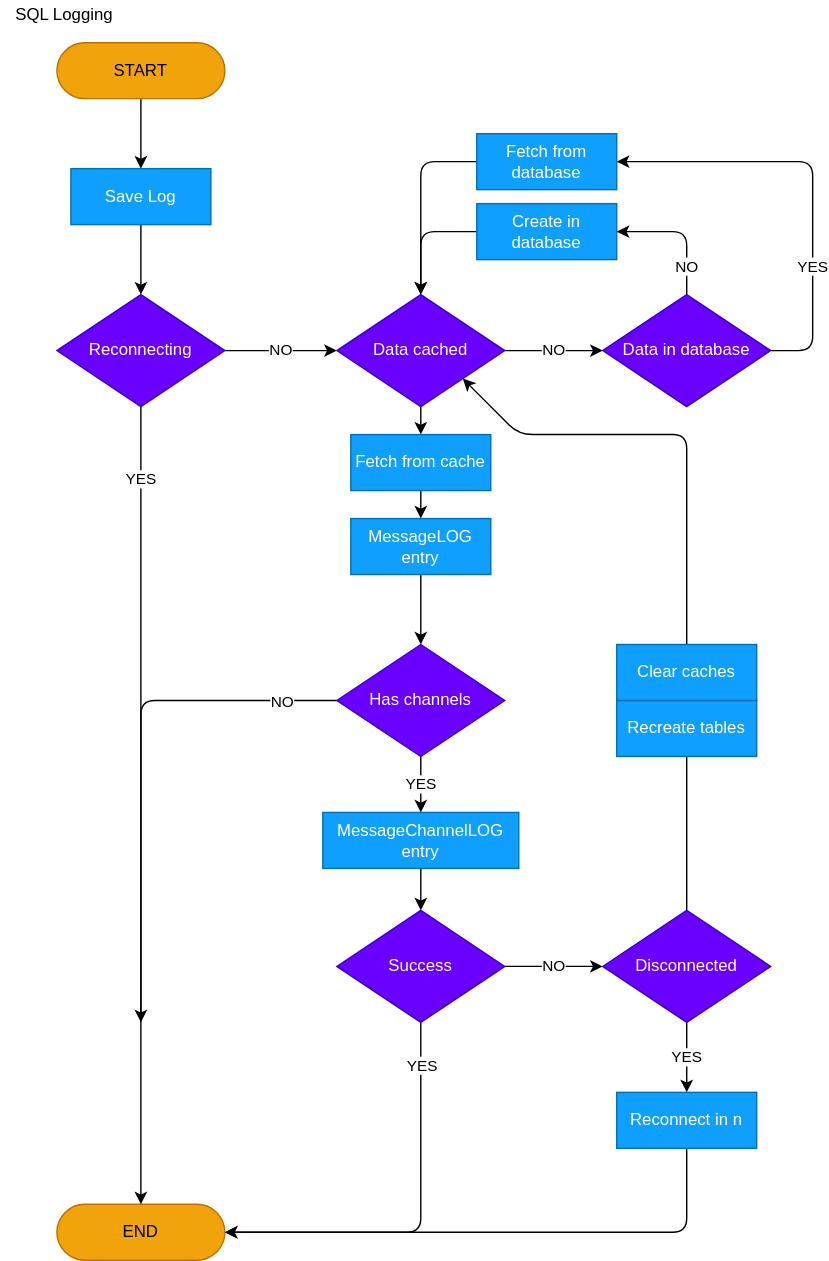
This is docs/source/guide/images/sql_logging_process.drawio.svg from davidhozic/discord-advertisement-framework, a draw.io export, as it was before one commit. Source tidied: cells renumbered, new cells last; positions are measured from the earlier drawing's top-left corner, leaving out a move shared by most shapes.
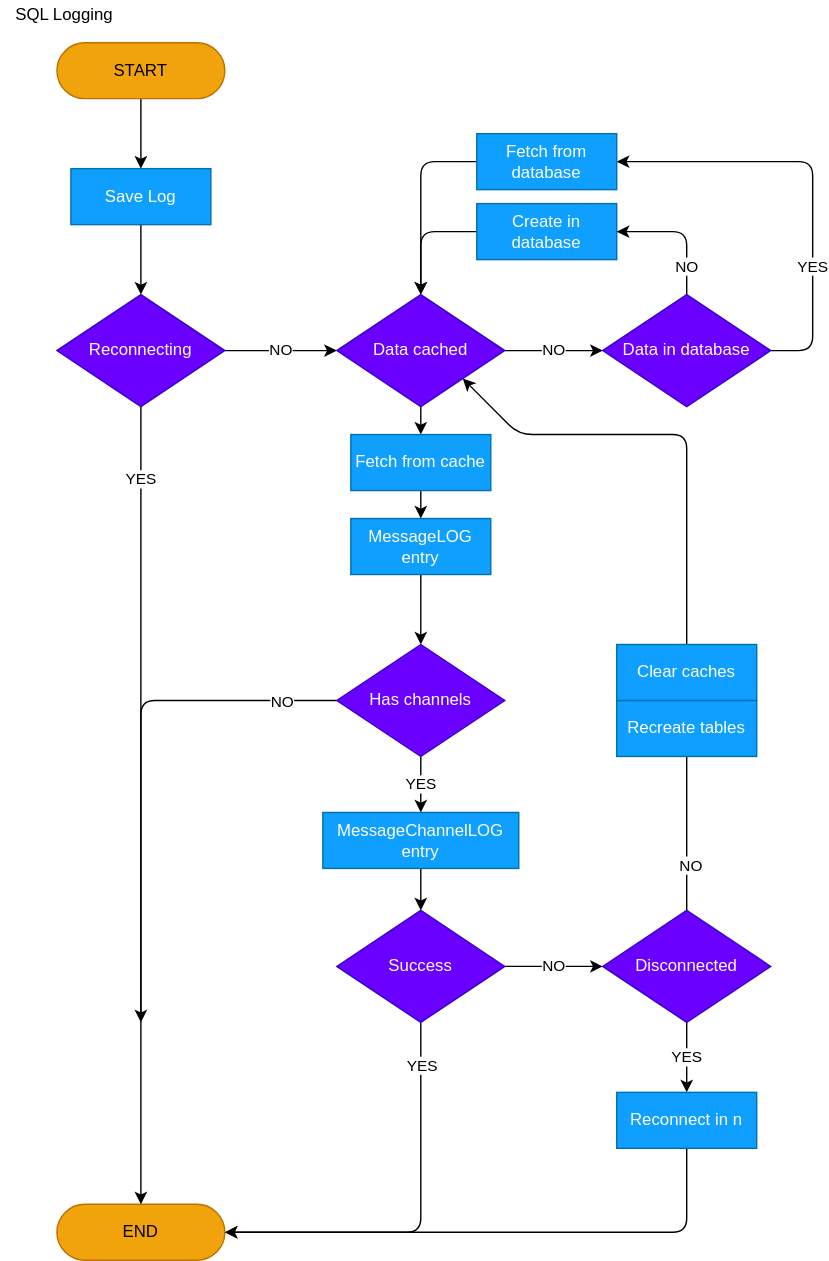
The same file after the commit.

Change to the diagram source:
```diff
@@ -137,6 +137,9 @@
     <mxCell id="35" style="edgeStyle=none;html=1;" parent="1" edge="1" source="36" target="40">
       <mxGeometry relative="1" as="geometry" />
     </mxCell>
+    <mxCell id="43" value="NO" style="edgeLabel;html=1;align=center;verticalAlign=middle;" parent="35" vertex="1">
+      <mxGeometry x="-0.56" y="-2" relative="1" as="geometry" />
+    </mxCell>
     <mxCell id="36" value="Disconnected" style="rhombus;whiteSpace=wrap;html=1;fillColor=#6a00ff;fontColor=#ffffff;strokeColor=#3700CC;" parent="1" vertex="1">
       <mxGeometry x="430" y="650" width="120" height="80" as="geometry" />
     </mxCell>
```
